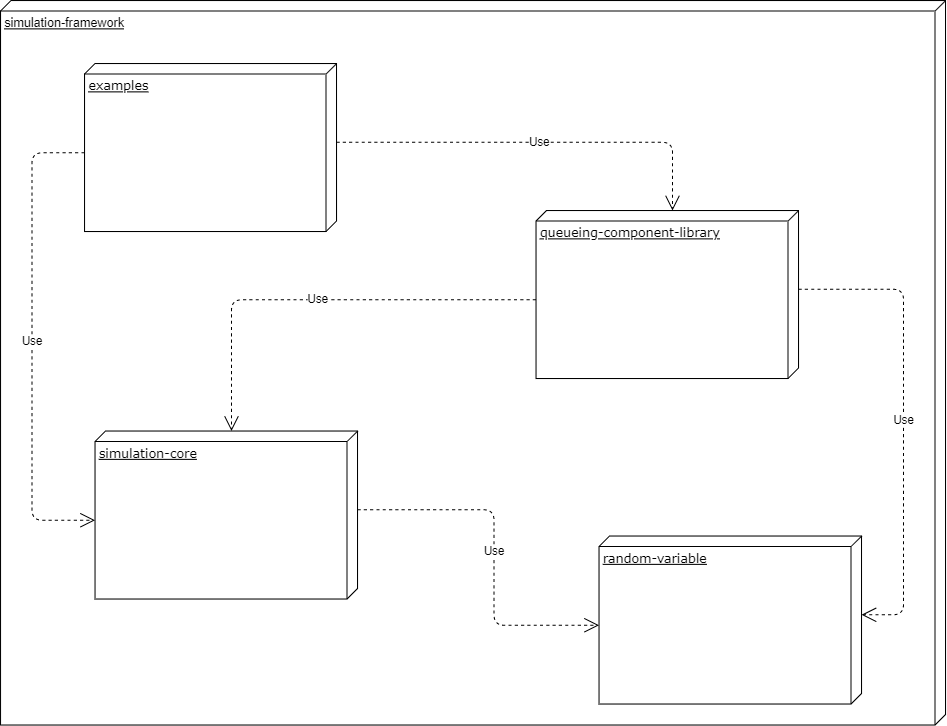
Before: documents/Module.png, a diagram exported from draw.io (zaaleksey/sim-sys-java). Source tidied: cells renumbered, new cells last; positions are measured from the earlier drawing's top-left corner, leaving out a move shared by most shapes.
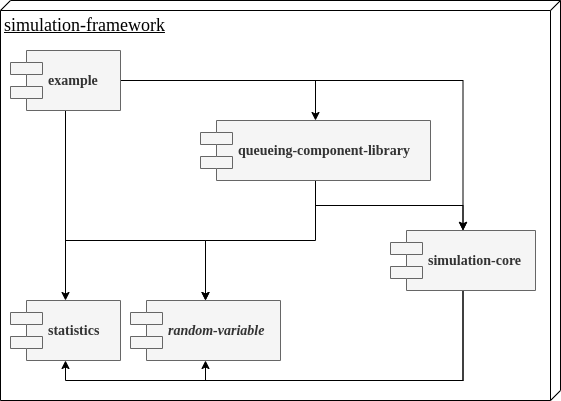
Above is the later version.

Change to the diagram source:
```diff
@@ -1,59 +1,53 @@
-<mxGraphModel background="#ffffff">
+<mxGraphModel>
   <root>
     <mxCell id="0" />
     <mxCell id="1" parent="0" />
-    <mxCell id="2" value="simulation-framework" style="verticalAlign=top;align=left;spacingTop=8;spacingLeft=2;spacingRight=12;shape=cube;size=10;direction=south;fontStyle=4;html=1;" parent="1" vertex="1">
-      <mxGeometry width="900" height="690" as="geometry" />
+    <mxCell id="2" value="&lt;font style=&quot;font-size: 18px&quot;&gt;simulation-framework&lt;/font&gt;" style="verticalAlign=top;align=left;spacingTop=8;spacingLeft=2;spacingRight=12;shape=cube;size=10;direction=south;fontStyle=4;html=1;rounded=0;shadow=0;comic=0;labelBackgroundColor=none;strokeWidth=1;fontFamily=Verdana;fontSize=12;" parent="1" vertex="1">
+      <mxGeometry x="110" y="40" width="560" height="400" as="geometry" />
     </mxCell>
-    <mxCell id="3" value="examples" style="verticalAlign=top;align=left;spacingTop=8;spacingLeft=2;spacingRight=12;shape=cube;size=10;direction=south;fontStyle=4;html=1;rounded=0;shadow=0;comic=0;labelBackgroundColor=none;strokeWidth=1;fontFamily=Verdana;fontSize=12;" parent="1" vertex="1">
-      <mxGeometry x="80" y="60" width="240" height="160" as="geometry" />
-    </mxCell>
+    <mxCell id="12" style="edgeStyle=orthogonalEdgeStyle;rounded=0;jettySize=auto;html=1;exitX=0.5;exitY=1;exitDx=0;exitDy=0;entryX=0.5;entryY=0;entryDx=0;entryDy=0;" parent="1" edge="1" source="16" target="17">
+      <mxGeometry relative="1" as="geometry" />
+    </mxCell>
+    <mxCell id="13" style="edgeStyle=orthogonalEdgeStyle;rounded=0;jettySize=auto;html=1;exitX=1;exitY=0.5;exitDx=0;exitDy=0;entryX=0.5;entryY=0;entryDx=0;entryDy=0;" parent="1" edge="1" source="16" target="4">
+      <mxGeometry relative="1" as="geometry" />
+    </mxCell>
+    <mxCell id="14" style="edgeStyle=orthogonalEdgeStyle;rounded=0;jettySize=auto;html=1;entryX=0.5;entryY=0;entryDx=0;entryDy=0;" parent="1" edge="1" source="16" target="6">
+      <mxGeometry relative="1" as="geometry" />
+    </mxCell>
+    <mxCell id="15" style="edgeStyle=orthogonalEdgeStyle;rounded=0;jettySize=auto;html=1;exitX=0.5;exitY=1;exitDx=0;exitDy=0;entryX=0.5;entryY=0;entryDx=0;entryDy=0;" parent="1" edge="1" source="16" target="5">
+      <mxGeometry relative="1" as="geometry">
+        <Array as="points">
+          <mxPoint x="175" y="280" />
+          <mxPoint x="315" y="280" />
+        </Array>
+      </mxGeometry>
+    </mxCell>
+    <mxCell id="16" value="&lt;font style=&quot;font-size: 14px&quot;&gt;&lt;b&gt;example&lt;/b&gt;&lt;/font&gt;" style="shape=component;align=left;spacingLeft=36;rounded=0;shadow=0;comic=0;labelBackgroundColor=none;strokeWidth=1;fontFamily=Verdana;fontSize=12;html=1;fillColor=#f5f5f5;strokeColor=#666666;fontColor=#333333;" parent="1" vertex="1">
+      <mxGeometry x="120" y="90" width="110" height="60" as="geometry" />
+    </mxCell>
+    <mxCell id="17" value="&lt;font style=&quot;font-size: 14px&quot;&gt;&lt;b&gt;statistics&lt;/b&gt;&lt;/font&gt;" style="shape=component;align=left;spacingLeft=36;rounded=0;shadow=0;comic=0;labelBackgroundColor=none;strokeWidth=1;fontFamily=Verdana;fontSize=12;html=1;fillColor=#f5f5f5;strokeColor=#666666;fontColor=#333333;" parent="1" vertex="1">
+      <mxGeometry x="120" y="340" width="110" height="60" as="geometry" />
+    </mxCell>
+    <mxCell id="7" style="edgeStyle=orthogonalEdgeStyle;rounded=0;jettySize=auto;html=1;exitX=0.5;exitY=1;exitDx=0;exitDy=0;entryX=0.5;entryY=1;entryDx=0;entryDy=0;" parent="1" edge="1" source="6" target="5">
+      <mxGeometry relative="1" as="geometry" />
+    </mxCell>
+    <mxCell id="18" style="edgeStyle=orthogonalEdgeStyle;rounded=0;jettySize=auto;html=1;exitX=0.5;exitY=1;exitDx=0;exitDy=0;entryX=0.5;entryY=1;entryDx=0;entryDy=0;" parent="1" edge="1" source="6" target="17">
+      <mxGeometry relative="1" as="geometry" />
+    </mxCell>
+    <mxCell id="6" value="&lt;font style=&quot;font-size: 14px&quot;&gt;&lt;b&gt;simulation-core&lt;/b&gt;&lt;/font&gt;" style="shape=component;align=left;spacingLeft=36;rounded=0;shadow=0;comic=0;labelBackgroundColor=none;strokeWidth=1;fontFamily=Verdana;fontSize=12;html=1;fillColor=#f5f5f5;strokeColor=#666666;fontColor=#333333;" parent="1" vertex="1">
+      <mxGeometry x="500" y="270" width="145" height="60" as="geometry" />
+    </mxCell>
+    <mxCell id="5" value="&lt;font style=&quot;font-size: 14px&quot;&gt;&lt;b&gt;&lt;i&gt;random-variable&lt;/i&gt;&lt;/b&gt;&lt;/font&gt;" style="shape=component;align=left;spacingLeft=36;rounded=0;shadow=0;comic=0;labelBackgroundColor=none;strokeWidth=1;fontFamily=Verdana;fontSize=12;html=1;fillColor=#f5f5f5;strokeColor=#666666;fontColor=#333333;" parent="1" vertex="1">
+      <mxGeometry x="240" y="340" width="150" height="60" as="geometry" />
+    </mxCell>
+    <mxCell id="11" style="edgeStyle=orthogonalEdgeStyle;rounded=0;jettySize=auto;html=1;entryX=0.5;entryY=0;entryDx=0;entryDy=0;" parent="1" edge="1" source="4" target="6">
+      <mxGeometry relative="1" as="geometry" />
+    </mxCell>
+    <mxCell id="10" style="edgeStyle=orthogonalEdgeStyle;rounded=0;jettySize=auto;html=1;entryX=0.5;entryY=0;entryDx=0;entryDy=0;" parent="1" edge="1" source="4" target="5">
+      <mxGeometry relative="1" as="geometry" />
+    </mxCell>
-    <mxCell id="4" value="queueing-component-library" style="verticalAlign=top;align=left;spacingTop=8;spacingLeft=2;spacingRight=12;shape=cube;size=10;direction=south;fontStyle=4;html=1;rounded=0;shadow=0;comic=0;labelBackgroundColor=none;strokeWidth=1;fontFamily=Verdana;fontSize=12;" parent="1" vertex="1">
-      <mxGeometry x="510" y="200" width="250" height="160" as="geometry" />
+    <mxCell id="4" value="&lt;font style=&quot;font-size: 14px&quot;&gt;&lt;b&gt;queueing-component-library&lt;/b&gt;&lt;/font&gt;" style="shape=component;align=left;spacingLeft=36;rounded=0;shadow=0;comic=0;labelBackgroundColor=none;strokeWidth=1;fontFamily=Verdana;fontSize=12;html=1;fillColor=#f5f5f5;strokeColor=#666666;fontColor=#333333;" parent="1" vertex="1">
+      <mxGeometry x="310" y="160" width="230" height="60" as="geometry" />
     </mxCell>
-    <mxCell id="5" value="random-variable" style="verticalAlign=top;align=left;spacingTop=8;spacingLeft=2;spacingRight=12;shape=cube;size=10;direction=south;fontStyle=4;html=1;rounded=0;shadow=0;comic=0;labelBackgroundColor=none;strokeWidth=1;fontFamily=Verdana;fontSize=12;" parent="1" vertex="1">
-      <mxGeometry x="570" y="510" width="250" height="160" as="geometry" />
-    </mxCell>
-    <mxCell id="6" value="simulation-core" style="verticalAlign=top;align=left;spacingTop=8;spacingLeft=2;spacingRight=12;shape=cube;size=10;direction=south;fontStyle=4;html=1;rounded=0;shadow=0;comic=0;labelBackgroundColor=none;strokeWidth=1;fontFamily=Verdana;fontSize=12;" parent="1" vertex="1">
-      <mxGeometry x="90" y="410" width="250" height="160" as="geometry" />
-    </mxCell>
-    <mxCell id="7" value="Use" style="endArrow=open;endSize=12;dashed=1;html=1;exitX=0;exitY=0;exitDx=75;exitDy=0;exitPerimeter=0;entryX=0;entryY=0;entryDx=85;entryDy=250;entryPerimeter=0;" parent="1" edge="1" source="6" target="5">
-      <mxGeometry relative="1" as="geometry">
-        <Array as="points">
-          <mxPoint x="470" y="485" />
-          <mxPoint x="470" y="595" />
-        </Array>
-      </mxGeometry>
-    </mxCell>
-    <mxCell id="8" value="Use" style="endArrow=open;endSize=12;dashed=1;html=1;exitX=0;exitY=0;exitDx=75;exitDy=0;exitPerimeter=0;entryX=0;entryY=0;entryDx=0;entryDy=120;entryPerimeter=0;" parent="1" edge="1" source="3" target="4">
-      <mxGeometry relative="1" as="geometry">
-        <Array as="points">
-          <mxPoint x="640" y="135" />
-        </Array>
-      </mxGeometry>
-    </mxCell>
-    <mxCell id="9" value="Use" style="endArrow=open;endSize=12;dashed=1;html=1;exitX=0;exitY=0;exitDx=85;exitDy=240;exitPerimeter=0;entryX=0;entryY=0;entryDx=85;entryDy=250;entryPerimeter=0;" parent="1" edge="1" source="3" target="6">
-      <mxGeometry relative="1" as="geometry">
-        <Array as="points">
-          <mxPoint x="30" y="145" />
-          <mxPoint x="30" y="495" />
-        </Array>
-      </mxGeometry>
-    </mxCell>
-    <mxCell id="10" value="Use" style="endArrow=open;endSize=12;dashed=1;html=1;exitX=0;exitY=0;exitDx=75;exitDy=0;exitPerimeter=0;entryX=0;entryY=0;entryDx=75;entryDy=0;entryPerimeter=0;" parent="1" edge="1" source="4" target="5">
-      <mxGeometry relative="1" as="geometry">
-        <Array as="points">
-          <mxPoint x="860" y="275" />
-          <mxPoint x="860" y="585" />
-        </Array>
-      </mxGeometry>
-    </mxCell>
-    <mxCell id="11" value="Use" style="endArrow=open;endSize=12;dashed=1;html=1;exitX=0;exitY=0;exitDx=85;exitDy=250;exitPerimeter=0;entryX=0;entryY=0;entryDx=0;entryDy=120;entryPerimeter=0;" parent="1" edge="1" source="4" target="6">
-      <mxGeometry relative="1" as="geometry">
-        <Array as="points">
-          <mxPoint x="220" y="285" />
-        </Array>
-      </mxGeometry>
-    </mxCell>
   </root>
 </mxGraphModel>
```
